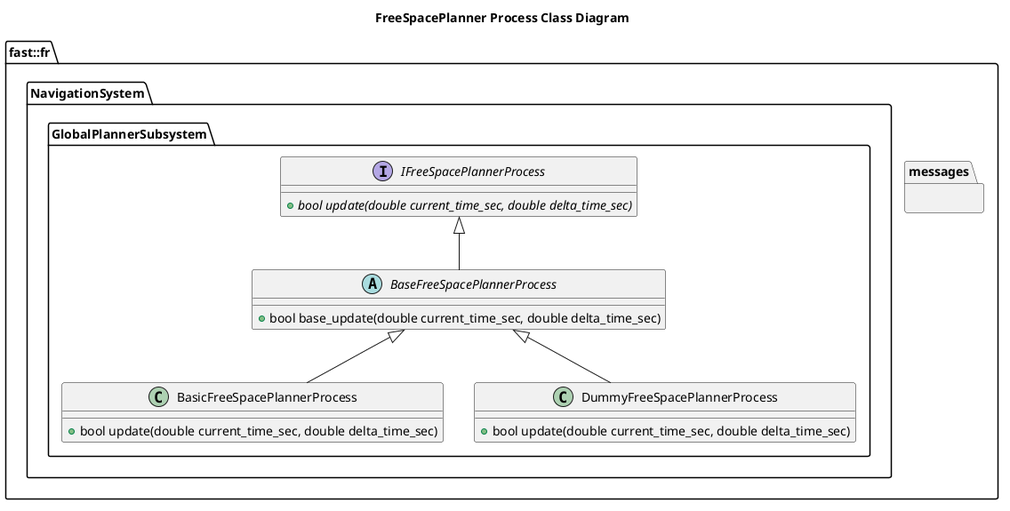
Above: Systems/Navigation/Subsystems/GlobalPlanner/Processes/FreeSpacePlanner/doc/puml/FreeSpacePlannerProcessClassDiagram.png in fastrobotics/robot_framework (PlantUML), before the change.
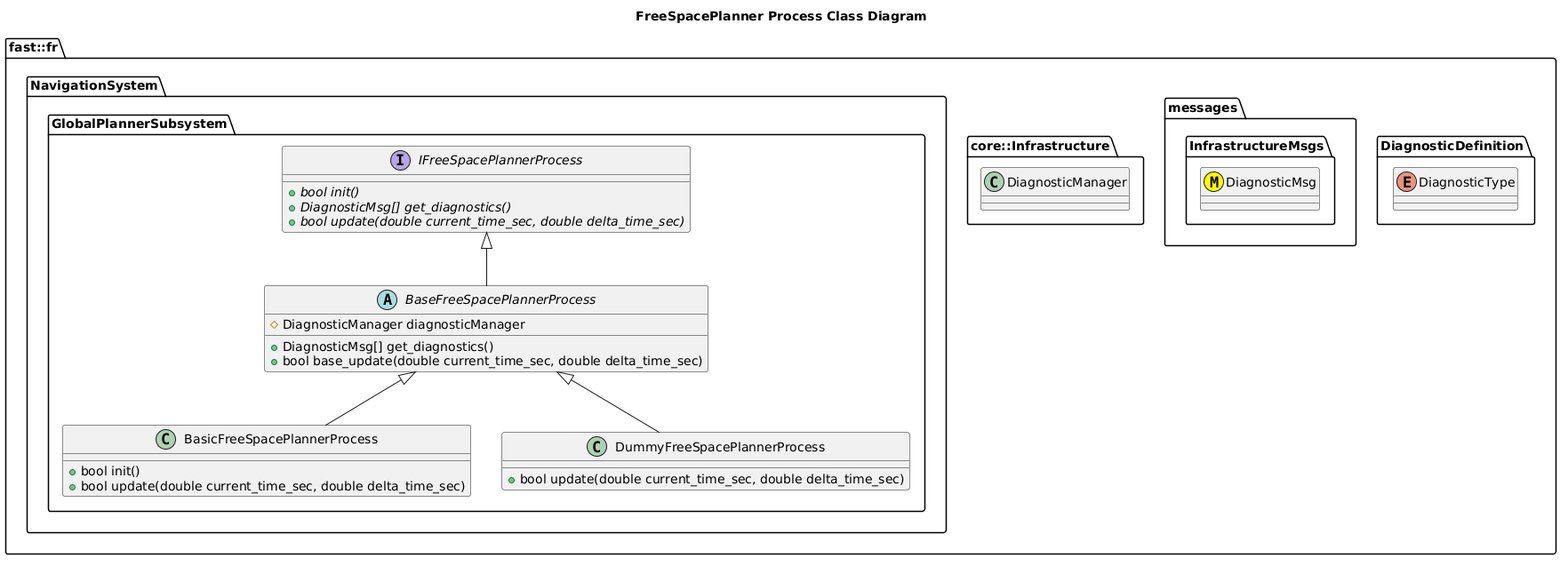
Later version of the same file.

The edit, as a diff of the source:
```diff
@@ -2,19 +2,34 @@
 title FreeSpacePlanner Process Class Diagram
 
 namespace fast::fr {
+  namespace DiagnosticDefinition {
+    enum DiagnosticType
+  }
   namespace messages {
+    namespace InfrastructureMsgs {
+      class DiagnosticMsg <<(M,#FFFF00)>>
+    }
+  }
+  namespace core::Infrastructure {
+    class DiagnosticManager
   }
   namespace NavigationSystem {
     namespace GlobalPlannerSubsystem {
+
         interface IFreeSpacePlannerProcess  {
+          +{abstract} bool init()
+          +{abstract} DiagnosticMsg[] get_diagnostics()
           +{abstract} bool update(double current_time_sec, double delta_time_sec)
         }
         abstract BaseFreeSpacePlannerProcess {
+          +DiagnosticMsg[] get_diagnostics()
           +bool base_update(double current_time_sec, double delta_time_sec)
+          #DiagnosticManager diagnosticManager
 
         }
         BaseFreeSpacePlannerProcess -up-|> IFreeSpacePlannerProcess
         class BasicFreeSpacePlannerProcess {
+          +bool init()
           +bool update(double current_time_sec, double delta_time_sec)
         }
         BasicFreeSpacePlannerProcess -up-|> BaseFreeSpacePlannerProcess
```
